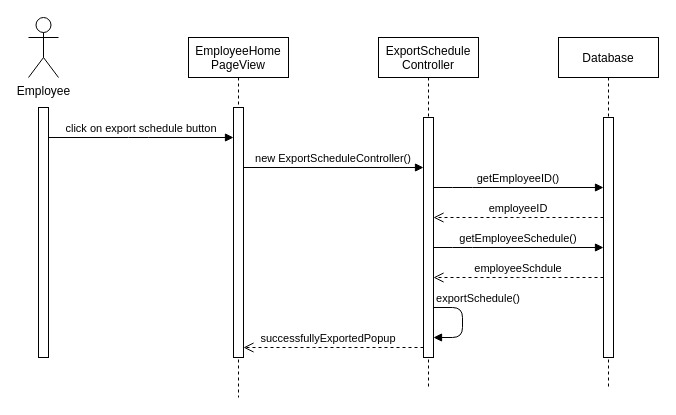
Before: Diagram/Sequence Diagram/ExportSchedule.drawio in hakunhan/employee_management, a draw.io diagram. Source tidied: cells renumbered, new cells numbered last; positions are measured from the earlier drawing's top-left corner, leaving out a move shared by most shapes. Both pictures are drawn from the tidied source at 100%, with x=0, y=0 at pixel (28, 17).
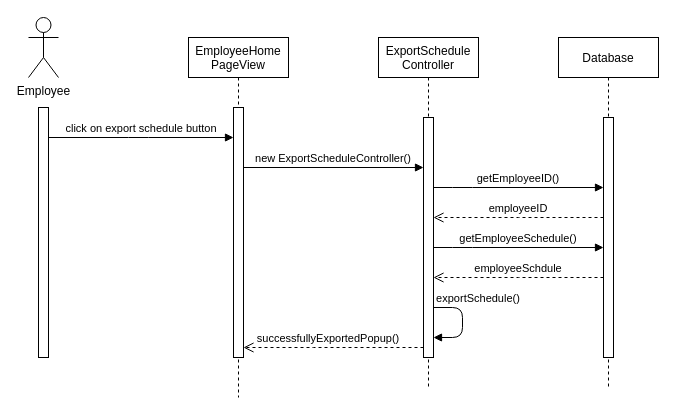
Above is the later version.

Unchanged cells that the change refers to:
```xml
<mxCell id="3" style="points=[];perimeter=orthogonalPerimeter;rounded=0;shadow=0;strokeWidth=1;" parent="2" vertex="1">
  <mxGeometry x="45" y="70" width="10" height="250" as="geometry" />
</mxCell>
<mxCell id="5" style="points=[];perimeter=orthogonalPerimeter;rounded=0;shadow=0;strokeWidth=1;" parent="4" vertex="1">
  <mxGeometry x="45" y="80" width="10" height="240" as="geometry" />
</mxCell>
```

Change to the diagram source:
```diff
@@
-    <mxCell id="17" value="successfullyExportedPopup" style="verticalAlign=bottom;endArrow=open;dashed=1;endSize=8;shadow=0;strokeWidth=1;" parent="1" edge="1" source="5" target="3">
+    <mxCell id="17" value="successfullyExportedPopup()" style="verticalAlign=bottom;endArrow=open;dashed=1;endSize=8;shadow=0;strokeWidth=1;" parent="1" edge="1" source="5" target="3">
       <mxGeometry x="0.06" relative="1" as="geometry">
         <Array as="points">
           <mxPoint x="295" y="330" />
         </Array>
       </mxGeometry>
     </mxCell>
```
